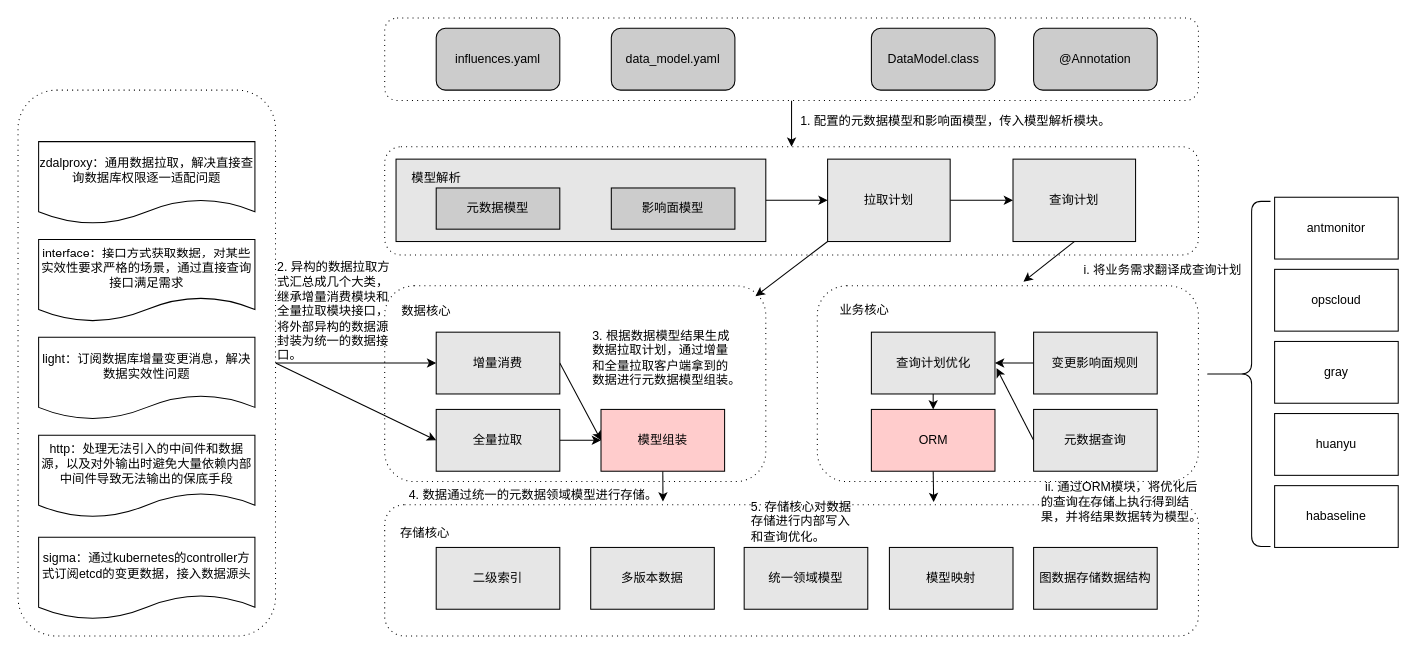
Above: 影响面内部框架.drawio in frankneu/draw.io (draw.io), before the change. Source tidied: cells renumbered, new cells numbered last; positions are measured from the earlier drawing's top-left corner, leaving out a move shared by most shapes. Both pictures are drawn from the tidied source at 103%, with x=0, y=0 at pixel (18, 18).
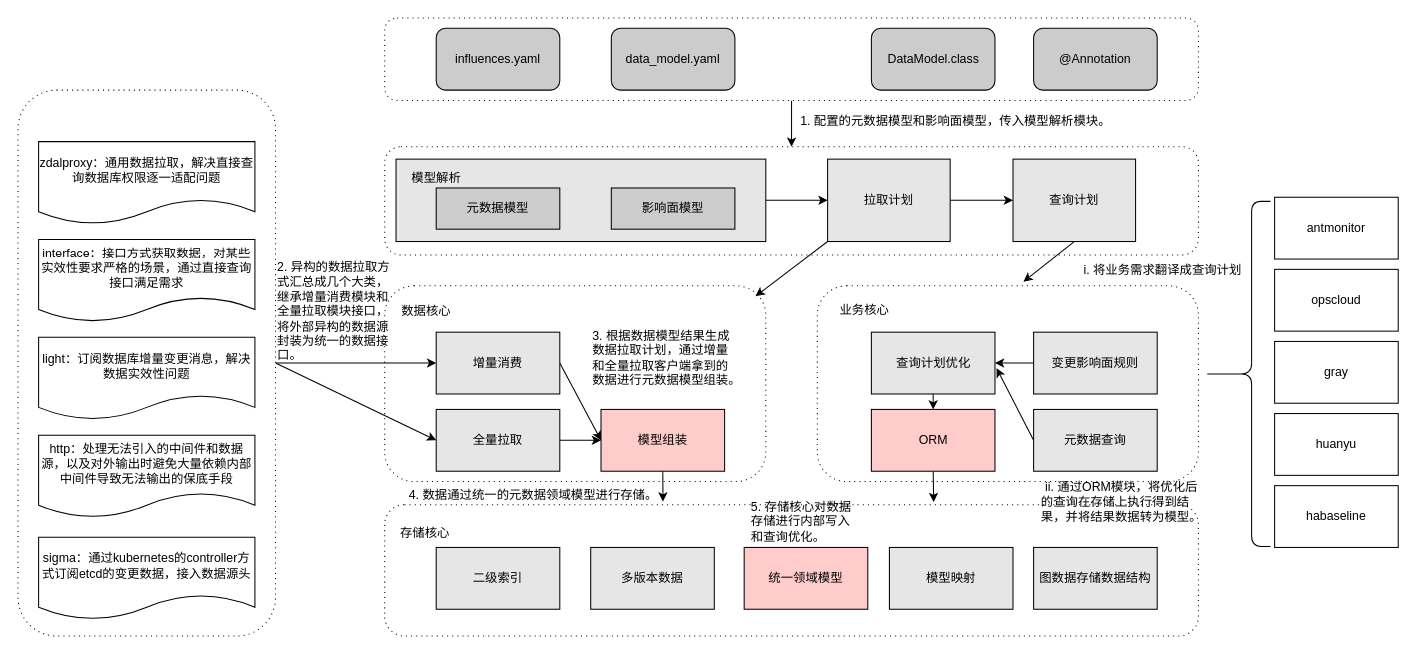
The same page after the edit.

Commit message (it also covers changes not shown here):
Update 影响面内部框架.drawio

Change to the diagram source:
```diff
@@
-    <mxCell id="59" value="统一领域模型" style="rounded=0;whiteSpace=wrap;html=1;fillColor=#E6E6E6;" parent="1" vertex="1">
+    <mxCell id="59" value="统一领域模型" style="rounded=0;whiteSpace=wrap;html=1;fillColor=#FFCCCC;" parent="1" vertex="1">
       <mxGeometry x="705" y="514" width="120" height="60" as="geometry" />
     </mxCell>
```
